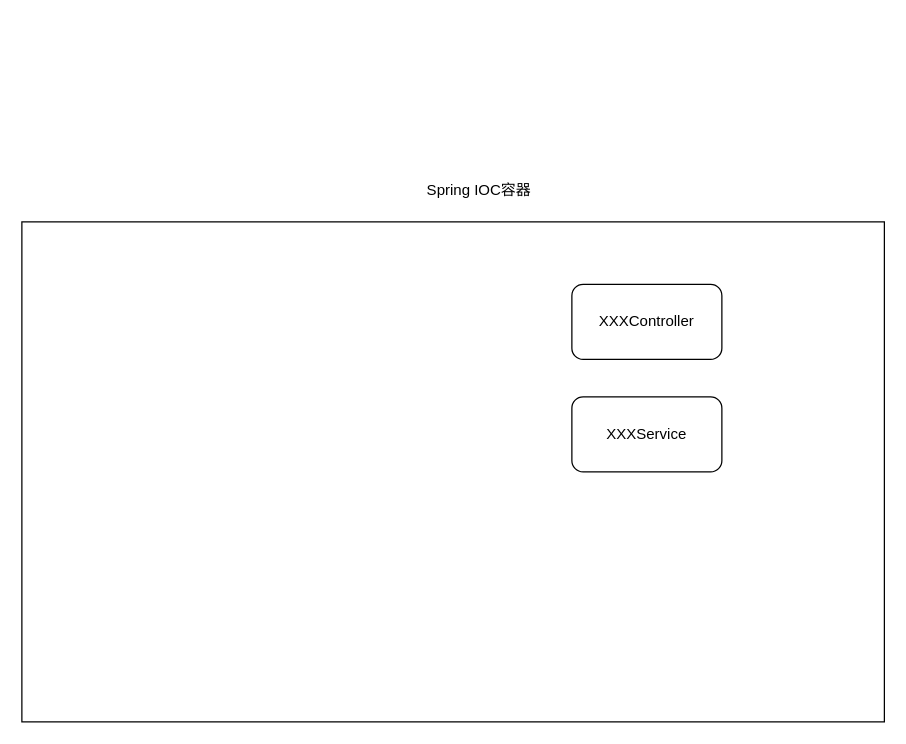
Before: Untitled Diagram.drawio in Doingwilldoit/dragrams, a draw.io diagram. Source tidied: cells renumbered, new cells numbered last; positions are measured from the earlier drawing's top-left corner, leaving out a move shared by most shapes. Both pictures are drawn from the tidied source at 125%, with x=0, y=0 at pixel (21, 171).
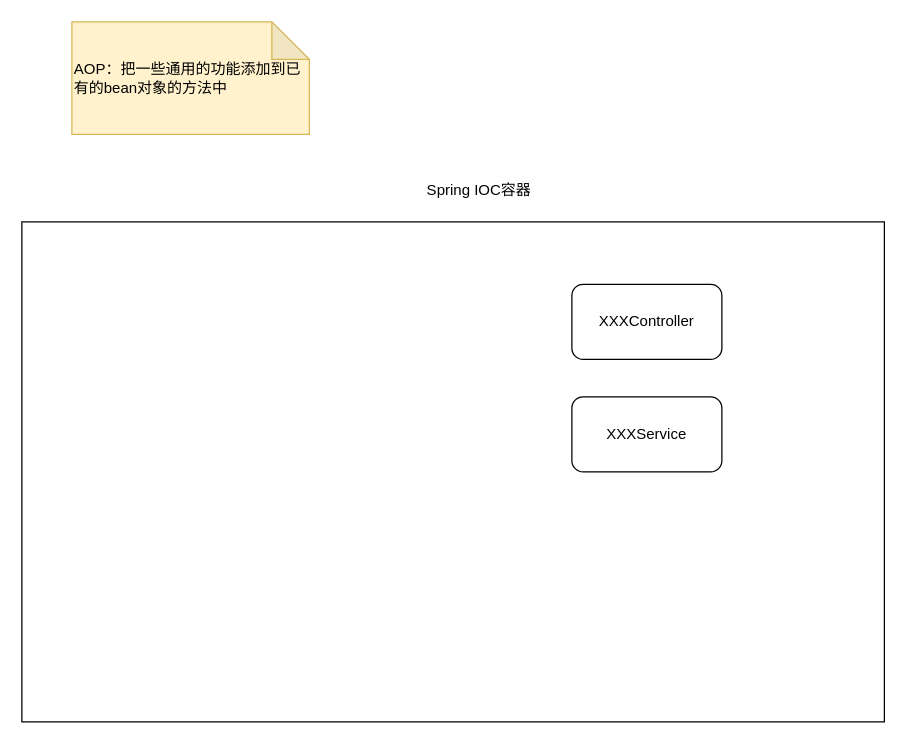
Above is the later version.

The edit, as a diff of the source:
```diff
@@
 <mxGraphModel>
   <root>
     <mxCell id="0" />
     <mxCell id="1" parent="0" />
     <mxCell id="2" style="rounded=0;whiteSpace=wrap;html=1;" parent="1" vertex="1">
       <mxGeometry y="40" width="690" height="400" as="geometry" />
     </mxCell>
     <mxCell id="3" value="&lt;div style=&quot;&quot;&gt;&lt;span style=&quot;background-color: initial;&quot;&gt;Spring IOC容器&lt;/span&gt;&lt;span style=&quot;background-color: initial; white-space: pre;&quot;&gt; &lt;/span&gt;&lt;/div&gt;" style="text;html=1;strokeColor=none;fillColor=none;align=right;verticalAlign=middle;whiteSpace=wrap;rounded=0;" parent="1" vertex="1">
       <mxGeometry x="277.5" width="135" height="30" as="geometry" />
     </mxCell>
     <mxCell id="4" value="XXXController" style="rounded=1;whiteSpace=wrap;html=1;" parent="1" vertex="1">
       <mxGeometry x="440" y="90" width="120" height="60" as="geometry" />
     </mxCell>
     <mxCell id="5" value="XXXService" style="rounded=1;whiteSpace=wrap;html=1;" parent="1" vertex="1">
       <mxGeometry x="440" y="180" width="120" height="60" as="geometry" />
     </mxCell>
+    <mxCell id="6" value="AOP：把一些通用的功能添加到已有的bean对象的方法中" style="shape=note;whiteSpace=wrap;html=1;backgroundOutline=1;darkOpacity=0.05;fillColor=#fff2cc;strokeColor=#d6b656;align=left;" parent="1" vertex="1">
+      <mxGeometry x="40" y="-120" width="190" height="90" as="geometry" />
+    </mxCell>
   </root>
 </mxGraphModel>
```
